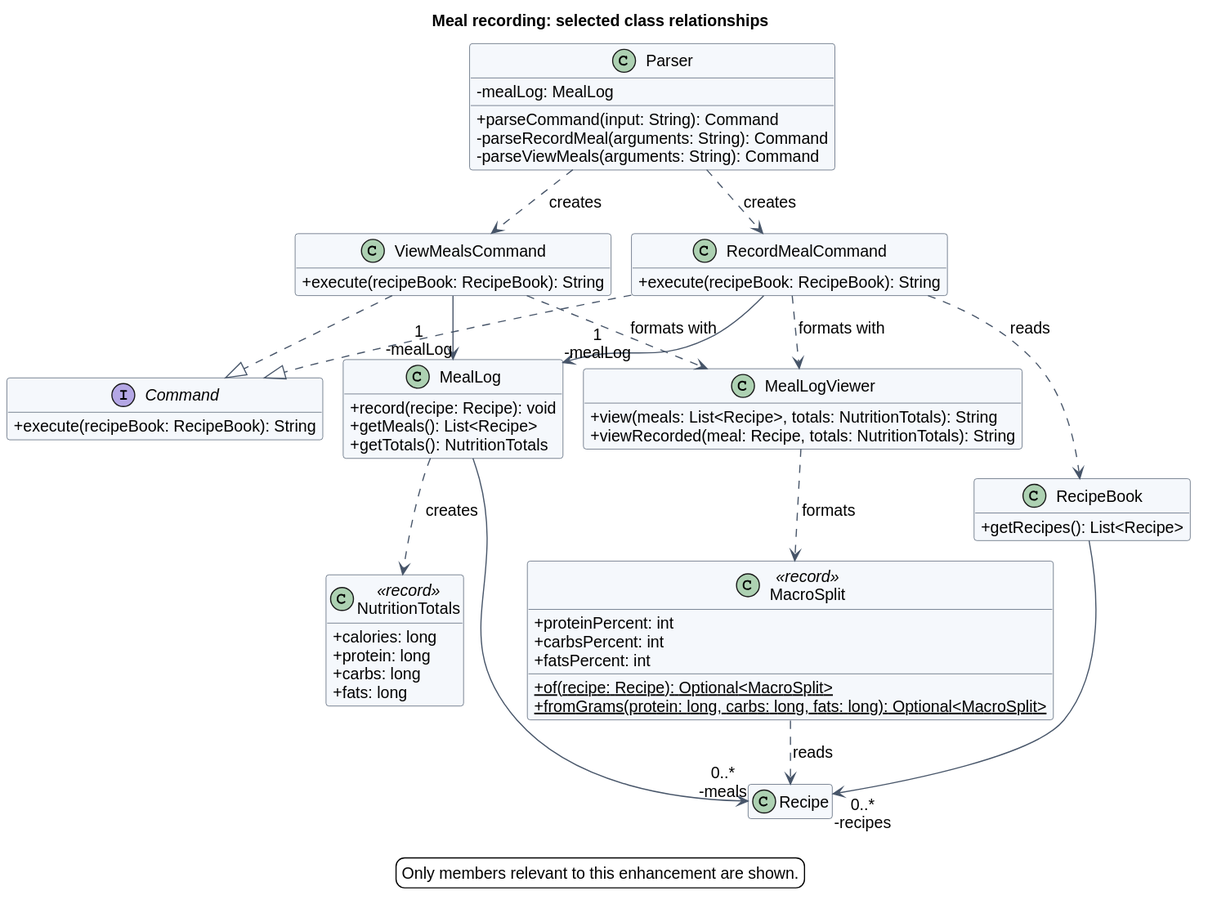
The PlantUML diagram docs/images/record-meal/classes.svg in AY2627S1-CS2113-W13-4/tp, before a commit. The source it was exported from:
```plantuml
@startuml
!pragma layout smetana
!include style.iuml
title Meal recording: selected class relationships
top to bottom direction
skinparam nodesep 50
skinparam ranksep 75
hide empty members

class Parser {
  - mealLog: MealLog
  + parseCommand(input: String): Command
  - parseRecordMeal(arguments: String): Command
  - parseViewMeals(arguments: String): Command
}
interface Command {
  + execute(recipeBook: RecipeBook): String
}
class RecordMealCommand {
  + execute(recipeBook: RecipeBook): String
}
class ViewMealsCommand {
  + execute(recipeBook: RecipeBook): String
}
class MealLog {
  + record(recipe: Recipe): void
  + getMeals(): List<Recipe>
  + getTotals(): NutritionTotals
}
class NutritionTotals <<record>> {
  + calories: long
  + protein: long
  + carbs: long
  + fats: long
}
class MealLogViewer {
  + view(meals: List<Recipe>, totals: NutritionTotals): String
  + viewRecorded(meal: Recipe, totals: NutritionTotals): String
}
class MacroSplit <<record>> {
  + proteinPercent: int
  + carbsPercent: int
  + fatsPercent: int
  + {static} of(recipe: Recipe): Optional<MacroSplit>
  + {static} fromGrams(protein: long, carbs: long, fats: long): Optional<MacroSplit>
}
class RecipeBook {
  + getRecipes(): List<Recipe>
}
class Recipe

Parser ..> RecordMealCommand : creates
Parser ..> ViewMealsCommand : creates
RecordMealCommand ..|> Command
ViewMealsCommand ..|> Command
RecordMealCommand --> "1\n-mealLog" MealLog
RecordMealCommand ..> RecipeBook : reads
RecordMealCommand ..> MealLogViewer : formats with
ViewMealsCommand --> "1\n-mealLog" MealLog
ViewMealsCommand ..> MealLogViewer : formats with
MealLog ..> NutritionTotals : creates
MealLogViewer ..> MacroSplit : formats
MacroSplit ..> Recipe : reads
MealLog --> "0..*\n-meals" Recipe
RecipeBook --> "0..*\n-recipes" Recipe

legend bottom
  Only members relevant to this enhancement are shown.
endlegend
@enduml
```
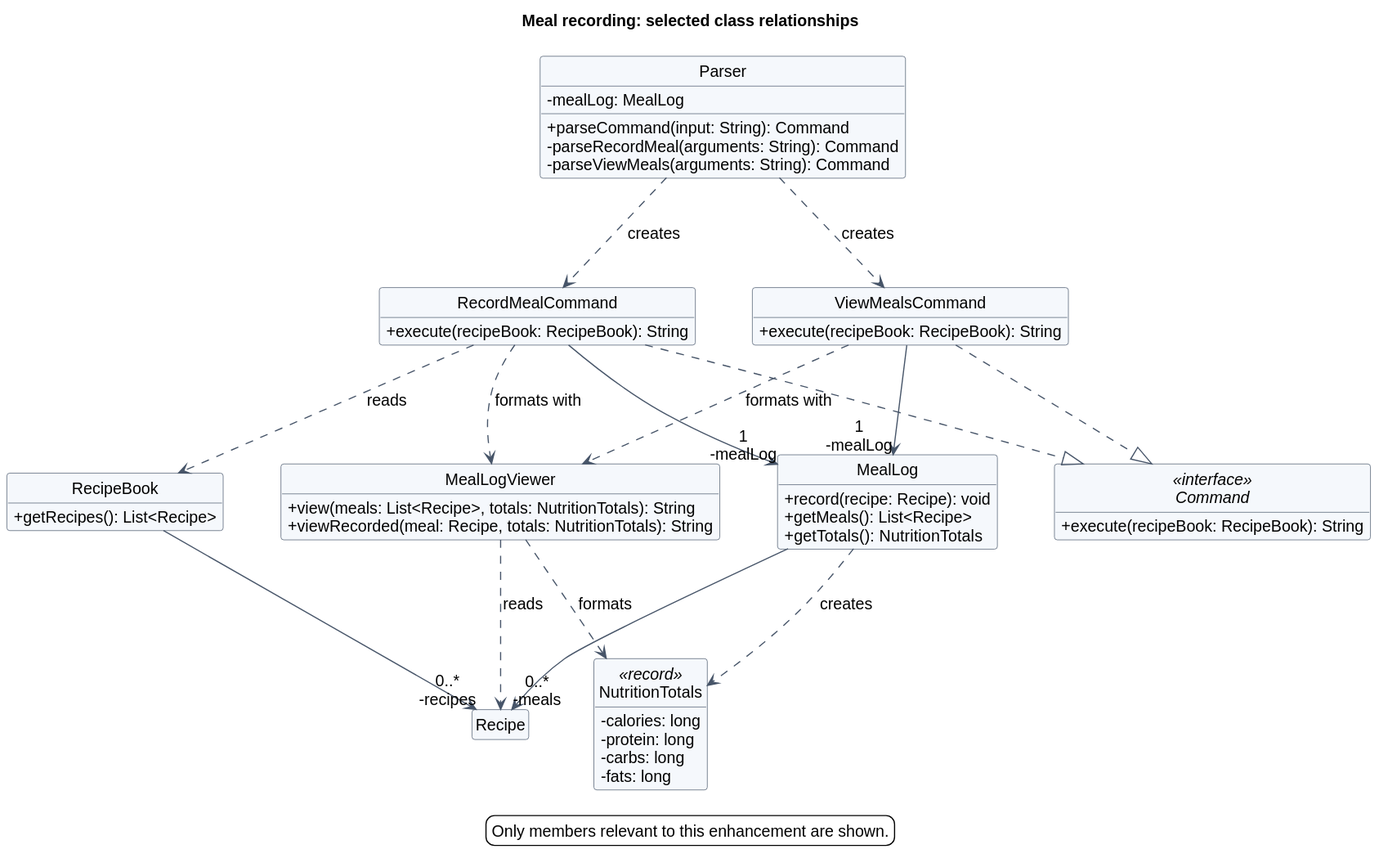
The same file after the commit.

The edit, as a diff of the source:
```diff
@@ -13,7 +13,7 @@
   - parseRecordMeal(arguments: String): Command
   - parseViewMeals(arguments: String): Command
 }
-interface Command {
+interface Command <<interface>> {
   + execute(recipeBook: RecipeBook): String
 }
 class RecordMealCommand {
@@ -28,21 +28,14 @@
   + getTotals(): NutritionTotals
 }
 class NutritionTotals <<record>> {
-  + calories: long
-  + protein: long
-  + carbs: long
-  + fats: long
+  - calories: long
+  - protein: long
+  - carbs: long
+  - fats: long
 }
 class MealLogViewer {
   + view(meals: List<Recipe>, totals: NutritionTotals): String
   + viewRecorded(meal: Recipe, totals: NutritionTotals): String
-}
-class MacroSplit <<record>> {
-  + proteinPercent: int
-  + carbsPercent: int
-  + fatsPercent: int
-  + {static} of(recipe: Recipe): Optional<MacroSplit>
-  + {static} fromGrams(protein: long, carbs: long, fats: long): Optional<MacroSplit>
 }
 class RecipeBook {
   + getRecipes(): List<Recipe>
@@ -59,8 +52,8 @@
 ViewMealsCommand --> "1\n-mealLog" MealLog
 ViewMealsCommand ..> MealLogViewer : formats with
 MealLog ..> NutritionTotals : creates
-MealLogViewer ..> MacroSplit : formats
-MacroSplit ..> Recipe : reads
+MealLogViewer ..> NutritionTotals : formats
+MealLogViewer ..> Recipe : reads
 MealLog --> "0..*\n-meals" Recipe
 RecipeBook --> "0..*\n-recipes" Recipe
 
```
